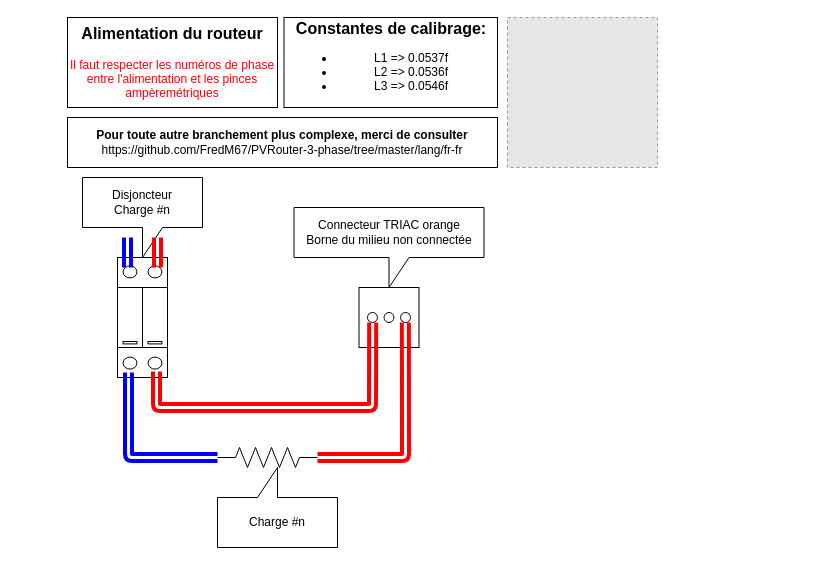
Before: Mk2_3phase_RFdatalog_temp_1/HowToInstall.drawio in FredM67/PVRouter-3-phase, a draw.io diagram. Source tidied: cells renumbered, new cells numbered last; positions are measured from the earlier drawing's top-left corner, leaving out a move shared by most shapes. Both pictures are drawn from the tidied source at 100%, with x=0, y=0 at pixel (67, 17). Pictures stored in the file or linked from it are replaced by grey dashed boxes.
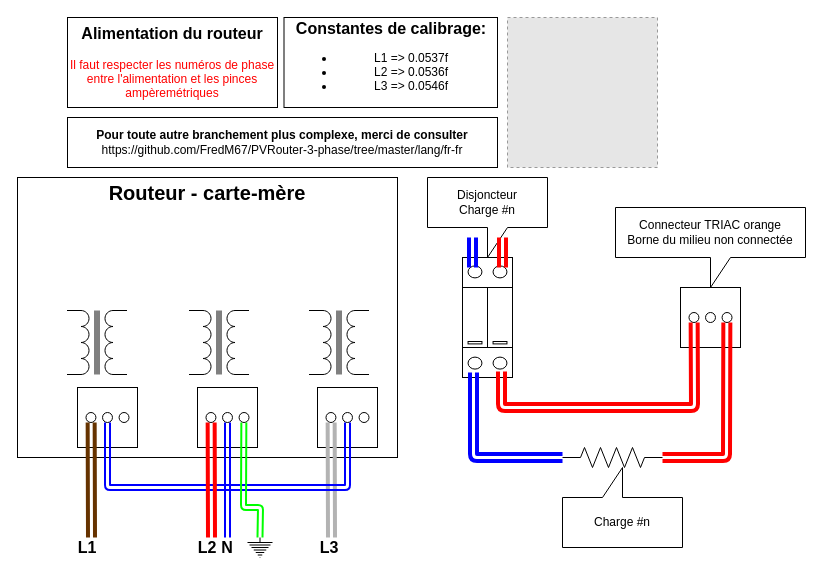
After the change.

Commit message (it also covers changes not shown here):
Upd HowTo

What changed in the source:
```diff
@@
+    <mxCell id="14" value="&lt;b&gt;&lt;font style=&quot;font-size: 16px&quot;&gt;Constantes de calibrage:&lt;/font&gt;&lt;/b&gt;&lt;br&gt;&lt;ul&gt;&lt;li&gt;&lt;span&gt;L1 =&amp;gt; 0.0537f&lt;/span&gt;&lt;/li&gt;&lt;li&gt;L2 =&amp;gt; 0.0536f&lt;/li&gt;&lt;li&gt;L3 =&amp;gt; 0.0546f&lt;/li&gt;&lt;/ul&gt;" style="rounded=0;whiteSpace=wrap;html=1;" parent="1" vertex="1">
+      <mxGeometry x="216.5" width="213.5" height="90" as="geometry" />
+    </mxCell>
+    <mxCell id="15" value="&lt;span style=&quot;font-size: 16px&quot;&gt;&lt;b&gt;Alimentation du routeur&lt;br&gt;&lt;/b&gt;&lt;/span&gt;&lt;font&gt;&lt;br&gt;&lt;div&gt;&lt;span&gt;&lt;font color=&quot;#ff0000&quot;&gt;Il faut respecter les numéros de phase entre l'alimentation et les pinces ampèremétriques&lt;/font&gt;&lt;/span&gt;&lt;/div&gt;&lt;/font&gt;" style="rounded=0;whiteSpace=wrap;html=1;" parent="1" vertex="1">
+      <mxGeometry width="210" height="90" as="geometry" />
+    </mxCell>
+    <mxCell id="16" value="&lt;b style=&quot;font-size: 12px&quot;&gt;Pour toute autre branchement plus complexe, merci de consulter&lt;br&gt;&lt;/b&gt;https://github.com/FredM67/PVRouter-3-phase/tree/master/lang/fr-fr&lt;b style=&quot;font-size: 12px&quot;&gt;&lt;br&gt;&lt;/b&gt;" style="rounded=0;whiteSpace=wrap;html=1;" parent="1" vertex="1">
+      <mxGeometry y="100" width="430" height="50" as="geometry" />
+    </mxCell>
+    <mxCell id="17" style="fillColor=#E6E6E6;strokeColor=#999999;dashed=1;verticalLabelPosition=bottom;verticalAlign=top;" parent="1" vertex="1">
+      <mxGeometry x="440" width="150" height="150" as="geometry" />
+    </mxCell>
+    <mxCell id="18" style="group;" parent="1" vertex="1">
+      <mxGeometry x="-50" y="160" width="380" height="380" as="geometry" />
+    </mxCell>
+    <mxCell id="19" style="rounded=0;whiteSpace=wrap;html=1;" parent="18" vertex="1">
+      <mxGeometry width="380" height="280" as="geometry" />
+    </mxCell>
+    <mxCell id="20" style="whiteSpace=wrap;html=1;" parent="18" vertex="1">
+      <mxGeometry x="300" y="210" width="60" height="60" as="geometry" />
+    </mxCell>
+    <mxCell id="21" style="verticalLabelPosition=bottom;shadow=0;dashed=0;align=center;html=1;verticalAlign=top;shape=mxgraph.electrical.transmission.terminal_3_phase;" parent="18" vertex="1">
+      <mxGeometry x="308.5" y="235" width="43" height="10" as="geometry" />
+    </mxCell>
+    <mxCell id="22" style="whiteSpace=wrap;html=1;" parent="18" vertex="1">
+      <mxGeometry x="180" y="210" width="60" height="60" as="geometry" />
+    </mxCell>
+    <mxCell id="23" style="verticalLabelPosition=bottom;shadow=0;dashed=0;align=center;html=1;verticalAlign=top;shape=mxgraph.electrical.transmission.terminal_3_phase;" parent="18" vertex="1">
+      <mxGeometry x="188.5" y="235" width="43" height="10" as="geometry" />
+    </mxCell>
+    <mxCell id="24" style="whiteSpace=wrap;html=1;" parent="18" vertex="1">
+      <mxGeometry x="60" y="210" width="60" height="60" as="geometry" />
+    </mxCell>
+    <mxCell id="25" style="verticalLabelPosition=bottom;shadow=0;dashed=0;align=center;html=1;verticalAlign=top;shape=mxgraph.electrical.transmission.terminal_3_phase;" parent="18" vertex="1">
+      <mxGeometry x="68.5" y="235" width="43" height="10" as="geometry" />
+    </mxCell>
+    <mxCell id="26" style="verticalLabelPosition=bottom;shadow=0;dashed=0;align=center;html=1;verticalAlign=top;shape=mxgraph.electrical.inductors.transformer_1;direction=south;" parent="18" vertex="1">
+      <mxGeometry x="49.5" y="133" width="60" height="64" as="geometry" />
+    </mxCell>
+    <mxCell id="27" style="verticalLabelPosition=bottom;shadow=0;dashed=0;align=center;html=1;verticalAlign=top;shape=mxgraph.electrical.inductors.transformer_1;direction=south;" parent="18" vertex="1">
+      <mxGeometry x="171.5" y="133" width="60" height="64" as="geometry" />
+    </mxCell>
+    <mxCell id="28" style="verticalLabelPosition=bottom;shadow=0;dashed=0;align=center;html=1;verticalAlign=top;shape=mxgraph.electrical.inductors.transformer_1;direction=south;" parent="18" vertex="1">
+      <mxGeometry x="291.5" y="133" width="60" height="64" as="geometry" />
+    </mxCell>
+    <mxCell id="29" value="&lt;b&gt;&lt;font style=&quot;font-size: 20px&quot;&gt;Routeur - carte-mère&lt;/font&gt;&lt;/b&gt;" style="text;html=1;strokeColor=none;fillColor=none;align=center;verticalAlign=middle;whiteSpace=wrap;rounded=0;" parent="18" vertex="1">
+      <mxGeometry x="10" width="360" height="30" as="geometry" />
+    </mxCell>
+    <mxCell id="30" style="shape=link;html=1;entryX=0.12;entryY=1;entryDx=0;entryDy=0;entryPerimeter=0;strokeWidth=4;strokeColor=#663300;" parent="18" edge="1" target="25">
+      <mxGeometry relative="1" as="geometry">
+        <mxPoint x="74" y="360" as="sourcePoint" />
+      </mxGeometry>
+    </mxCell>
+    <mxCell id="31" style="shape=link;html=1;entryX=0.12;entryY=1;entryDx=0;entryDy=0;entryPerimeter=0;strokeWidth=4;strokeColor=#B3B3B3;" parent="18" edge="1" target="21">
+      <mxGeometry relative="1" as="geometry">
+        <mxPoint x="314" y="360" as="sourcePoint" />
+      </mxGeometry>
+    </mxCell>
+    <mxCell id="32" style="shape=link;html=1;entryX=0.5;entryY=1;entryDx=0;entryDy=0;entryPerimeter=0;strokeWidth=2;exitX=0.5;exitY=1;exitDx=0;exitDy=0;exitPerimeter=0;strokeColor=#0000FF;" parent="18" edge="1" source="21" target="25">
+      <mxGeometry relative="1" as="geometry">
+        <Array as="points">
+          <mxPoint x="330" y="310" />
+          <mxPoint x="90" y="310" />
+        </Array>
+      </mxGeometry>
+    </mxCell>
+    <mxCell id="33" style="shape=link;html=1;entryX=0.12;entryY=1;entryDx=0;entryDy=0;entryPerimeter=0;strokeWidth=4;strokeColor=#FF0000;" parent="18" edge="1" target="23">
+      <mxGeometry relative="1" as="geometry">
+        <mxPoint x="194" y="360" as="sourcePoint" />
+      </mxGeometry>
+    </mxCell>
+    <mxCell id="34" style="shape=link;html=1;entryX=0.5;entryY=1;entryDx=0;entryDy=0;entryPerimeter=0;strokeWidth=2;strokeColor=#0000FF;" parent="18" edge="1" target="23">
+      <mxGeometry relative="1" as="geometry">
+        <mxPoint x="210" y="360" as="sourcePoint" />
+      </mxGeometry>
+    </mxCell>
+    <mxCell id="35" value="&lt;b&gt;&lt;font style=&quot;font-size: 16px&quot;&gt;L1&lt;/font&gt;&lt;/b&gt;" style="text;html=1;strokeColor=none;fillColor=none;align=center;verticalAlign=middle;whiteSpace=wrap;rounded=0;" parent="18" vertex="1">
+      <mxGeometry x="49.5" y="360" width="40" height="20" as="geometry" />
+    </mxCell>
+    <mxCell id="36" value="&lt;b&gt;&lt;font style=&quot;font-size: 16px&quot;&gt;L3&lt;/font&gt;&lt;/b&gt;" style="text;html=1;strokeColor=none;fillColor=none;align=center;verticalAlign=middle;whiteSpace=wrap;rounded=0;" parent="18" vertex="1">
+      <mxGeometry x="291.5" y="360" width="40" height="20" as="geometry" />
+    </mxCell>
+    <mxCell id="37" value="&lt;b&gt;&lt;font style=&quot;font-size: 16px&quot;&gt;L2&lt;/font&gt;&lt;/b&gt;" style="text;html=1;strokeColor=none;fillColor=none;align=center;verticalAlign=middle;whiteSpace=wrap;rounded=0;" parent="18" vertex="1">
+      <mxGeometry x="170" y="360" width="40" height="20" as="geometry" />
+    </mxCell>
+    <mxCell id="38" value="&lt;b&gt;&lt;font style=&quot;font-size: 16px&quot;&gt;N&lt;/font&gt;&lt;/b&gt;" style="text;html=1;strokeColor=none;fillColor=none;align=center;verticalAlign=middle;whiteSpace=wrap;rounded=0;" parent="18" vertex="1">
+      <mxGeometry x="190" y="360" width="40" height="20" as="geometry" />
+    </mxCell>
+    <mxCell id="39" style="verticalLabelPosition=bottom;shadow=0;dashed=0;align=center;html=1;verticalAlign=top;shape=mxgraph.electrical.signal_sources.protective_earth;" parent="18" vertex="1">
+      <mxGeometry x="230" y="360" width="25" height="20" as="geometry" />
+    </mxCell>
+    <mxCell id="40" style="shape=link;html=1;strokeWidth=2;exitX=0.88;exitY=1;exitDx=0;exitDy=0;exitPerimeter=0;entryX=0.5;entryY=0;entryDx=0;entryDy=0;entryPerimeter=0;strokeColor=#00FF00;" parent="18" edge="1" source="23" target="39">
+      <mxGeometry relative="1" as="geometry">
+        <Array as="points">
+          <mxPoint x="226" y="330" />
+          <mxPoint x="243" y="330" />
+        </Array>
+      </mxGeometry>
+    </mxCell>
+    <mxCell id="41" style="group;" parent="1" vertex="1">
+      <mxGeometry x="360" y="160" width="378" height="370" as="geometry" />
+    </mxCell>
-    <mxCell id="2" style="whiteSpace=wrap;html=1;" parent="1" vertex="1">
-      <mxGeometry x="291.5" y="270" width="60" height="60" as="geometry" />
+    <mxCell id="2" style="whiteSpace=wrap;html=1;" parent="41" vertex="1">
+      <mxGeometry x="253" y="110" width="60" height="60" as="geometry" />
     </mxCell>
-    <mxCell id="3" style="verticalLabelPosition=bottom;shadow=0;dashed=0;align=center;html=1;verticalAlign=top;shape=mxgraph.electrical.transmission.terminal_3_phase;" parent="1" vertex="1">
-      <mxGeometry x="300" y="295" width="43" height="10" as="geometry" />
+    <mxCell id="3" style="verticalLabelPosition=bottom;shadow=0;dashed=0;align=center;html=1;verticalAlign=top;shape=mxgraph.electrical.transmission.terminal_3_phase;" parent="41" vertex="1">
+      <mxGeometry x="261.5" y="135" width="43" height="10" as="geometry" />
     </mxCell>
-    <mxCell id="4" value="Connecteur TRIAC orange&lt;br&gt;Borne du milieu non connectée" style="shape=callout;whiteSpace=wrap;html=1;perimeter=calloutPerimeter;" parent="1" vertex="1">
-      <mxGeometry x="226.5" y="190" width="190" height="80" as="geometry" />
+    <mxCell id="4" value="Connecteur TRIAC orange&lt;br&gt;Borne du milieu non connectée" style="shape=callout;whiteSpace=wrap;html=1;perimeter=calloutPerimeter;" parent="41" vertex="1">
+      <mxGeometry x="188" y="30" width="190" height="80" as="geometry" />
     </mxCell>
-    <mxCell id="5" style="verticalLabelPosition=bottom;dashed=0;shadow=0;html=1;align=center;verticalAlign=top;shape=mxgraph.cabinets.surge_protection_2p;" parent="1" vertex="1">
-      <mxGeometry x="50" y="240" width="50" height="120" as="geometry" />
+    <mxCell id="5" style="verticalLabelPosition=bottom;dashed=0;shadow=0;html=1;align=center;verticalAlign=top;shape=mxgraph.cabinets.surge_protection_2p;" parent="41" vertex="1">
+      <mxGeometry x="35" y="80" width="50" height="120" as="geometry" />
     </mxCell>
-    <mxCell id="6" value="Disjoncteur&lt;br&gt;Charge #n" style="shape=callout;whiteSpace=wrap;html=1;perimeter=calloutPerimeter;" parent="1" vertex="1">
-      <mxGeometry x="15" y="160" width="120" height="80" as="geometry" />
+    <mxCell id="6" value="Disjoncteur&lt;br&gt;Charge #n" style="shape=callout;whiteSpace=wrap;html=1;perimeter=calloutPerimeter;" parent="41" vertex="1">
+      <mxGeometry width="120" height="80" as="geometry" />
     </mxCell>
-    <mxCell id="7" style="verticalLabelPosition=bottom;shadow=0;dashed=0;align=center;html=1;verticalAlign=top;shape=mxgraph.electrical.resistors.resistor_2;" parent="1" vertex="1">
-      <mxGeometry x="150" y="430" width="100" height="20" as="geometry" />
+    <mxCell id="7" style="verticalLabelPosition=bottom;shadow=0;dashed=0;align=center;html=1;verticalAlign=top;shape=mxgraph.electrical.resistors.resistor_2;" parent="41" vertex="1">
+      <mxGeometry x="135" y="270" width="100" height="20" as="geometry" />
     </mxCell>
-    <mxCell id="8" value="Charge #n" style="shape=callout;whiteSpace=wrap;html=1;perimeter=calloutPerimeter;direction=west;" parent="1" vertex="1">
-      <mxGeometry x="150" y="450" width="120" height="80" as="geometry" />
+    <mxCell id="8" value="Charge #n" style="shape=callout;whiteSpace=wrap;html=1;perimeter=calloutPerimeter;direction=west;" parent="41" vertex="1">
+      <mxGeometry x="135" y="290" width="120" height="80" as="geometry" />
     </mxCell>
-    <mxCell id="9" style="shape=link;html=1;exitX=0.78;exitY=0.95;exitDx=0;exitDy=0;exitPerimeter=0;entryX=0.12;entryY=1;entryDx=0;entryDy=0;entryPerimeter=0;fillColor=#a20025;shadow=0;strokeWidth=4;strokeColor=#FF0000;" parent="1" edge="1" source="5" target="3">
+    <mxCell id="9" style="shape=link;html=1;exitX=0.78;exitY=0.95;exitDx=0;exitDy=0;exitPerimeter=0;entryX=0.12;entryY=1;entryDx=0;entryDy=0;entryPerimeter=0;fillColor=#a20025;shadow=0;strokeWidth=4;strokeColor=#FF0000;" parent="41" edge="1" source="5" target="3">
       <mxGeometry relative="1" as="geometry">
         <Array as="points">
-          <mxPoint x="89" y="390" />
-          <mxPoint x="150" y="390" />
-          <mxPoint x="305" y="390" />
+          <mxPoint x="74" y="230" />
+          <mxPoint x="135" y="230" />
+          <mxPoint x="267" y="230" />
         </Array>
       </mxGeometry>
     </mxCell>
-    <mxCell id="10" style="shape=link;html=1;exitX=0.88;exitY=1;exitDx=0;exitDy=0;exitPerimeter=0;entryX=1;entryY=0.5;entryDx=0;entryDy=0;entryPerimeter=0;fillColor=#a20025;strokeWidth=4;strokeColor=#FF0000;" parent="1" edge="1" source="3" target="7">
+    <mxCell id="10" style="shape=link;html=1;exitX=0.88;exitY=1;exitDx=0;exitDy=0;exitPerimeter=0;entryX=1;entryY=0.5;entryDx=0;entryDy=0;entryPerimeter=0;fillColor=#a20025;strokeWidth=4;strokeColor=#FF0000;" parent="41" edge="1" source="3" target="7">
       <mxGeometry relative="1" as="geometry">
         <Array as="points">
-          <mxPoint x="338" y="440" />
+          <mxPoint x="299" y="280" />
         </Array>
       </mxGeometry>
     </mxCell>
-    <mxCell id="11" style="shape=link;html=1;exitX=0;exitY=0.5;exitDx=0;exitDy=0;exitPerimeter=0;entryX=0.22;entryY=0.958;entryDx=0;entryDy=0;entryPerimeter=0;strokeWidth=4;fillColor=#0050ef;strokeColor=#0000FF;" parent="1" edge="1" source="7" target="5">
+    <mxCell id="11" style="shape=link;html=1;exitX=0;exitY=0.5;exitDx=0;exitDy=0;exitPerimeter=0;entryX=0.22;entryY=0.958;entryDx=0;entryDy=0;entryPerimeter=0;strokeWidth=4;fillColor=#0050ef;strokeColor=#0000FF;" parent="41" edge="1" source="7" target="5">
       <mxGeometry relative="1" as="geometry">
         <Array as="points">
-          <mxPoint x="61" y="440" />
+          <mxPoint x="46" y="280" />
         </Array>
       </mxGeometry>
     </mxCell>
-    <mxCell id="12" style="shape=link;html=1;strokeWidth=4;fillColor=#0050ef;strokeColor=#0000FF;width=4;" parent="1" edge="1">
+    <mxCell id="12" style="shape=link;html=1;strokeWidth=4;fillColor=#0050ef;strokeColor=#0000FF;width=4;" parent="41" edge="1">
       <mxGeometry relative="1" as="geometry">
-        <mxPoint x="60" y="250" as="sourcePoint" />
-        <mxPoint x="60" y="220" as="targetPoint" />
+        <mxPoint x="45" y="90" as="sourcePoint" />
+        <mxPoint x="45" y="60" as="targetPoint" />
         <Array as="points">
-          <mxPoint x="60" y="250" />
+          <mxPoint x="45" y="90" />
         </Array>
       </mxGeometry>
     </mxCell>
-    <mxCell id="13" style="shape=link;html=1;strokeWidth=4;fillColor=#0050ef;width=4;strokeColor=#FF0000;" parent="1" edge="1">
+    <mxCell id="13" style="shape=link;html=1;strokeWidth=4;fillColor=#0050ef;width=4;strokeColor=#FF0000;" parent="41" edge="1">
       <mxGeometry relative="1" as="geometry">
-        <mxPoint x="90" y="250" as="sourcePoint" />
-        <mxPoint x="90" y="220" as="targetPoint" />
+        <mxPoint x="75" y="90" as="sourcePoint" />
+        <mxPoint x="75" y="60" as="targetPoint" />
         <Array as="points">
-          <mxPoint x="90" y="250" />
-          <mxPoint x="90" y="240" />
+          <mxPoint x="75" y="90" />
+          <mxPoint x="75" y="80" />
         </Array>
       </mxGeometry>
     </mxCell>
-    <mxCell id="14" value="&lt;b&gt;&lt;font style=&quot;font-size: 16px&quot;&gt;Constantes de calibrage:&lt;/font&gt;&lt;/b&gt;&lt;br&gt;&lt;ul&gt;&lt;li&gt;&lt;span&gt;L1 =&amp;gt; 0.0537f&lt;/span&gt;&lt;/li&gt;&lt;li&gt;L2 =&amp;gt; 0.0536f&lt;/li&gt;&lt;li&gt;L3 =&amp;gt; 0.0546f&lt;/li&gt;&lt;/ul&gt;" style="rounded=0;whiteSpace=wrap;html=1;" parent="1" vertex="1">
-      <mxGeometry x="216.5" width="213.5" height="90" as="geometry" />
-    </mxCell>
-    <mxCell id="15" value="&lt;span style=&quot;font-size: 16px&quot;&gt;&lt;b&gt;Alimentation du routeur&lt;br&gt;&lt;/b&gt;&lt;/span&gt;&lt;font&gt;&lt;br&gt;&lt;div&gt;&lt;span&gt;&lt;font color=&quot;#ff0000&quot;&gt;Il faut respecter les numéros de phase entre l'alimentation et les pinces ampèremétriques&lt;/font&gt;&lt;/span&gt;&lt;/div&gt;&lt;/font&gt;" style="rounded=0;whiteSpace=wrap;html=1;" parent="1" vertex="1">
-      <mxGeometry width="210" height="90" as="geometry" />
-    </mxCell>
-    <mxCell id="16" value="&lt;b style=&quot;font-size: 12px&quot;&gt;Pour toute autre branchement plus complexe, merci de consulter&lt;br&gt;&lt;/b&gt;https://github.com/FredM67/PVRouter-3-phase/tree/master/lang/fr-fr&lt;b style=&quot;font-size: 12px&quot;&gt;&lt;br&gt;&lt;/b&gt;" style="rounded=0;whiteSpace=wrap;html=1;" parent="1" vertex="1">
-      <mxGeometry y="100" width="430" height="50" as="geometry" />
-    </mxCell>
-    <mxCell id="17" style="fillColor=#E6E6E6;strokeColor=#999999;dashed=1;verticalLabelPosition=bottom;verticalAlign=top;" parent="1" vertex="1">
-      <mxGeometry x="440" width="150" height="150" as="geometry" />
-    </mxCell>
```
